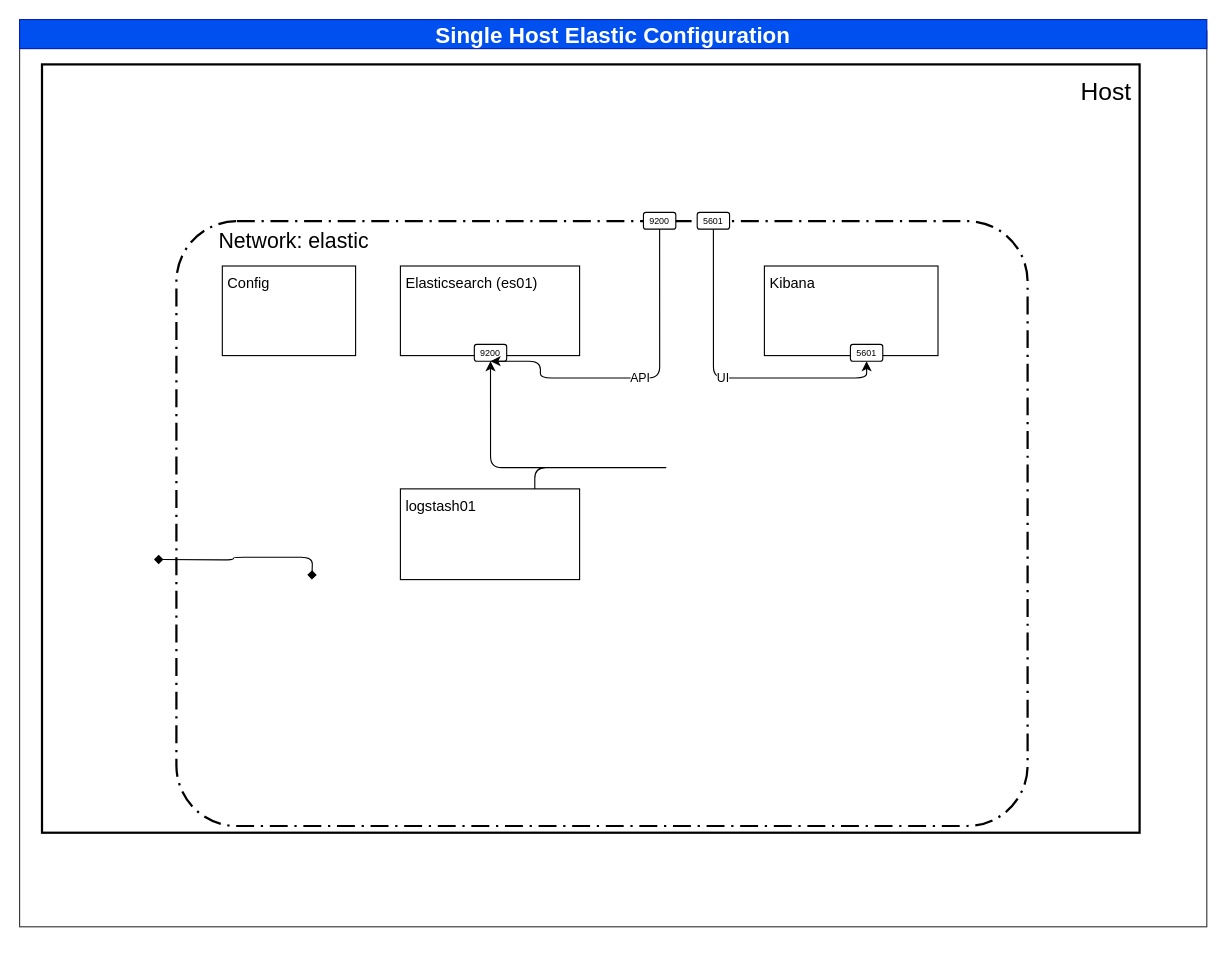
Earlier version of the draw.io diagram page "Kubernetes" (5 of 7) of docs/Spark Deployments.drawio (gxbrooks/spark-observability). Source tidied: cells renumbered, new cells numbered last; positions are measured from the earlier drawing's top-left corner, leaving out a move shared by most shapes. Both pictures are drawn from the tidied source at 112%, with x=0, y=0 at pixel (19, 19).
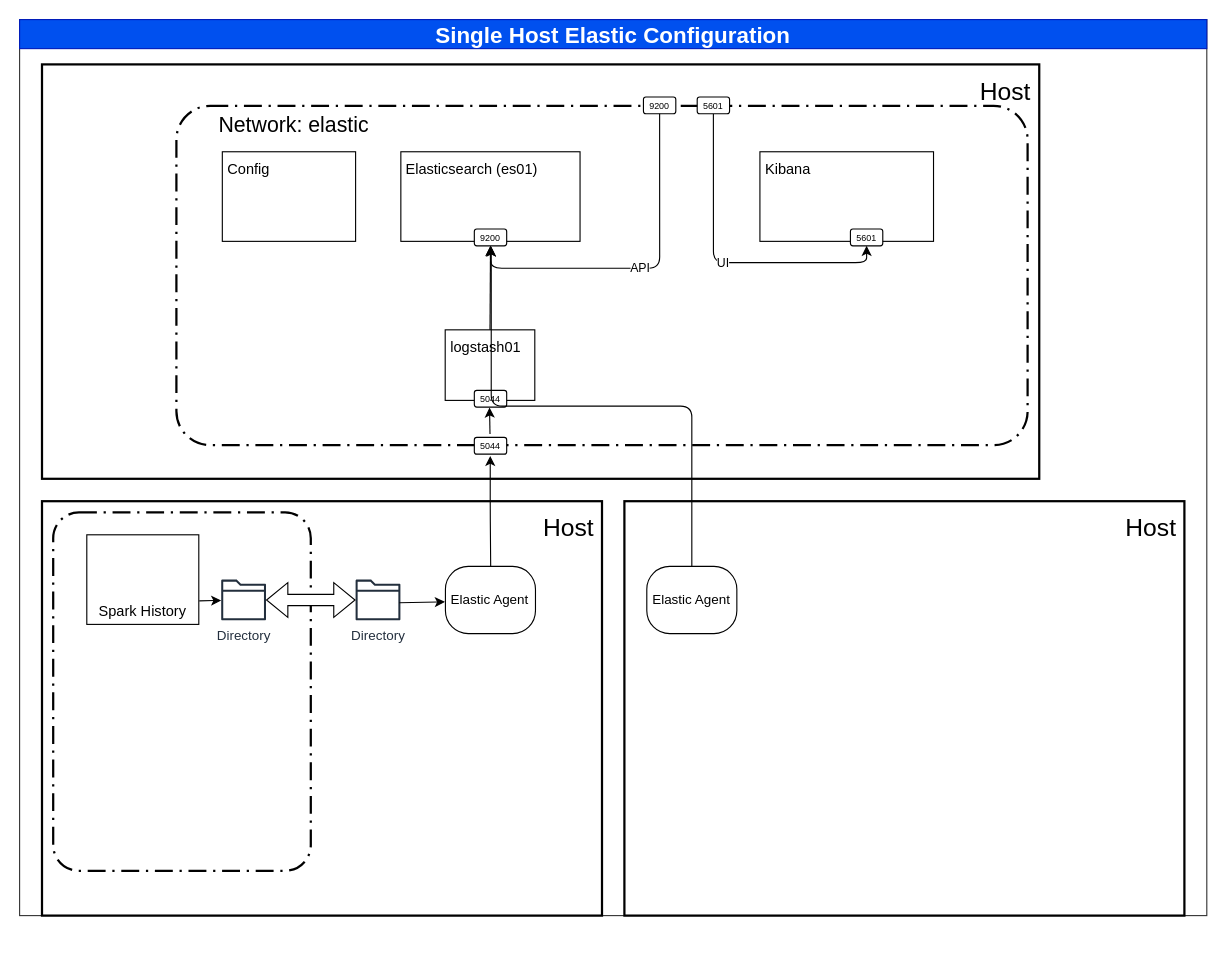
The same diagram, later.

Change to the diagram source:
```diff
@@
     <mxCell id="2" style="rounded=0;whiteSpace=wrap;html=1;fillColor=none;strokeColor=#333333;" parent="1" vertex="1">
-      <mxGeometry y="10" width="1060" height="800" as="geometry" />
+      <mxGeometry width="1060" height="800" as="geometry" />
     </mxCell>
+    <mxCell id="20" value="Host" style="rounded=0;whiteSpace=wrap;html=1;strokeWidth=2;fillColor=none;align=right;verticalAlign=top;spacingTop=5;spacingLeft=5;spacingBottom=5;spacingRight=5;fontSize=22;" parent="1" vertex="1">
+      <mxGeometry x="20" y="430" width="500" height="370" as="geometry" />
+    </mxCell>
     <mxCell id="3" value="Host" style="rounded=0;whiteSpace=wrap;html=1;strokeWidth=2;fillColor=none;align=right;verticalAlign=top;spacingTop=5;spacingLeft=5;spacingBottom=5;spacingRight=5;fontSize=22;" parent="1" vertex="1">
-      <mxGeometry x="20" y="40" width="980" height="686" as="geometry" />
+      <mxGeometry x="20" y="40" width="890.4" height="370" as="geometry" />
     </mxCell>
@@
     <mxCell id="5" value="Network:&amp;nbsp;elastic" style="rounded=1;arcSize=10;dashed=1;strokeColor=#000000;fillColor=none;gradientColor=none;dashPattern=8 3 1 3;strokeWidth=2;whiteSpace=wrap;html=1;align=left;verticalAlign=top;spacingLeft=36;fontSize=19;" parent="1" vertex="1">
-      <mxGeometry x="140" y="180" width="760" height="540" as="geometry" />
+      <mxGeometry x="140" y="77" width="760" height="303" as="geometry" />
     </mxCell>
     <mxCell id="6" value="UI" style="rounded=1;jettySize=auto;html=1;startArrow=none;startFill=0;spacingBottom=0;exitX=0.5;exitY=1;exitDx=0;exitDy=0;entryX=0.5;entryY=1;entryDx=0;entryDy=0;targetPerimeterSpacing=11;edgeStyle=orthogonalEdgeStyle;" parent="1" edge="1" source="11" target="12">
       <mxGeometry x="-0.01" relative="1" as="geometry">
         <Array as="points">
-          <mxPoint x="619" y="320" />
-          <mxPoint x="756" y="320" />
+          <mxPoint x="619" y="217" />
+          <mxPoint x="756" y="217" />
         </Array>
       </mxGeometry>
     </mxCell>
     <mxCell id="7" value="Kibana" style="rounded=0;whiteSpace=wrap;html=1;fillColor=none;strokeColor=default;align=left;verticalAlign=top;spacingLeft=5;spacingRight=5;spacingTop=3;spacingBottom=3;fontFamily=Helvetica;fontSize=13;fontColor=default;spacing=0;" parent="1" vertex="1">
-      <mxGeometry x="665" y="220" width="155" height="80" as="geometry" />
+      <mxGeometry x="661" y="118" width="155" height="80" as="geometry" />
     </mxCell>
     <mxCell id="8" value="Config" style="rounded=0;whiteSpace=wrap;html=1;fillColor=none;align=left;verticalAlign=top;spacingTop=3;spacingLeft=5;spacingBottom=3;spacingRight=5;fontSize=13;spacing=0;" parent="1" vertex="1">
-      <mxGeometry x="181" y="220" width="119" height="80" as="geometry" />
+      <mxGeometry x="181" y="118" width="119" height="80" as="geometry" />
     </mxCell>
     <mxCell id="9" value="logstash01&lt;span style=&quot;white-space: pre;&quot;&gt;&#9;&lt;/span&gt;" style="rounded=0;whiteSpace=wrap;html=1;fillColor=none;align=left;verticalAlign=top;spacingTop=3;spacingLeft=5;spacingBottom=3;spacingRight=5;fontSize=13;spacing=0;" parent="1" vertex="1">
-      <mxGeometry x="340" y="419" width="160" height="81" as="geometry" />
+      <mxGeometry x="380" y="277" width="80" height="63" as="geometry" />
     </mxCell>
     <mxCell id="10" value="Elasticsearch (es01)" style="rounded=0;whiteSpace=wrap;html=1;fillColor=none;align=left;verticalAlign=top;spacingTop=3;spacingLeft=5;spacingBottom=3;spacingRight=5;fontSize=13;spacing=0;" parent="1" vertex="1">
-      <mxGeometry x="340" y="220" width="160" height="80" as="geometry" />
+      <mxGeometry x="340.4" y="118" width="160" height="80" as="geometry" />
     </mxCell>
     <mxCell id="11" value="5601" style="rounded=1;whiteSpace=wrap;html=1;fontSize=8;fillColor=#FFFFFF;labelBackgroundColor=#FFFFFF;" parent="1" vertex="1">
-      <mxGeometry x="605" y="172.1" width="28.9" height="15" as="geometry" />
+      <mxGeometry x="605" y="69.1" width="28.9" height="15" as="geometry" />
     </mxCell>
     <mxCell id="12" value="5601" style="rounded=1;whiteSpace=wrap;html=1;fontSize=8;fillColor=#FFFFFF;labelBackgroundColor=#FFFFFF;" parent="1" vertex="1">
-      <mxGeometry x="741.8" y="290" width="28.9" height="15" as="geometry" />
+      <mxGeometry x="741.8" y="187" width="28.9" height="15" as="geometry" />
     </mxCell>
     <mxCell id="13" value="9200" style="rounded=1;whiteSpace=wrap;html=1;fontSize=8;fillColor=#FFFFFF;labelBackgroundColor=#FFFFFF;" parent="1" vertex="1">
-      <mxGeometry x="557" y="172.1" width="28.9" height="15" as="geometry" />
+      <mxGeometry x="557" y="69.1" width="28.9" height="15" as="geometry" />
     </mxCell>
     <mxCell id="14" value="9200" style="rounded=1;whiteSpace=wrap;html=1;fontSize=8;fillColor=#FFFFFF;labelBackgroundColor=#FFFFFF;" parent="1" vertex="1">
-      <mxGeometry x="406" y="290" width="28.9" height="15" as="geometry" />
+      <mxGeometry x="406" y="187" width="28.9" height="15" as="geometry" />
     </mxCell>
     <mxCell id="15" value="API" style="rounded=1;jettySize=auto;html=1;startArrow=classic;startFill=1;sourcePerimeterSpacing=11;spacingBottom=0;entryX=0.5;entryY=1;entryDx=0;entryDy=0;exitX=0.5;exitY=1;exitDx=0;exitDy=0;edgeStyle=orthogonalEdgeStyle;strokeColor=default;endArrow=none;endFill=0;" parent="1" edge="1" source="14" target="13">
-      <mxGeometry relative="1" as="geometry">
-        <Array as="points">
-          <mxPoint x="465" y="320" />
-          <mxPoint x="571" y="320" />
-        </Array>
-      </mxGeometry>
+      <mxGeometry relative="1" as="geometry" />
     </mxCell>
@@
     <mxCell id="17" style="edgeStyle=orthogonalEdgeStyle;rounded=0;orthogonalLoop=1;jettySize=auto;html=1;exitX=0.5;exitY=1;exitDx=0;exitDy=0;" parent="1" edge="1">
       <mxGeometry relative="1" as="geometry">
-        <mxPoint x="305" y="500" as="sourcePoint" />
-        <mxPoint x="305" y="500" as="targetPoint" />
+        <mxPoint x="305" y="397" as="sourcePoint" />
+        <mxPoint x="305" y="397" as="targetPoint" />
       </mxGeometry>
     </mxCell>
-    <mxCell id="18" style="rounded=1;orthogonalLoop=1;jettySize=auto;html=1;startArrow=diamond;startFill=1;sourcePerimeterSpacing=11;spacingBottom=0;edgeStyle=orthogonalEdgeStyle;endArrow=diamond;endFill=1;entryX=0;entryY=0.5;entryDx=0;entryDy=0;entryPerimeter=0;exitX=1;exitY=0.5;exitDx=0;exitDy=0;exitPerimeter=0;" parent="1" edge="1">
-      <mxGeometry relative="1" as="geometry">
-        <mxPoint x="120" y="482" as="sourcePoint" />
-        <mxPoint x="261" y="500" as="targetPoint" />
-      </mxGeometry>
-    </mxCell>
-    <mxCell id="19" style="rounded=1;jettySize=auto;html=1;startArrow=none;startFill=0;sourcePerimeterSpacing=11;spacingBottom=0;exitX=0.75;exitY=0;exitDx=0;exitDy=0;edgeStyle=orthogonalEdgeStyle;entryX=0.5;entryY=1;entryDx=0;entryDy=0;" parent="1" edge="1" source="9" target="14">
+    <mxCell id="19" style="rounded=1;jettySize=auto;html=1;startArrow=none;startFill=0;sourcePerimeterSpacing=11;spacingBottom=0;edgeStyle=orthogonalEdgeStyle;entryX=0.5;entryY=1;entryDx=0;entryDy=0;" parent="1" edge="1" target="14">
       <mxGeometry relative="1" as="geometry">
-        <Array as="points">
-          <mxPoint x="582" y="400" />
-          <mxPoint x="465" y="400" />
-        </Array>
+        <mxPoint x="420" y="277" as="sourcePoint" />
       </mxGeometry>
     </mxCell>
+    <mxCell id="21" style="rounded=1;arcSize=10;dashed=1;strokeColor=#000000;fillColor=none;gradientColor=none;dashPattern=8 3 1 3;strokeWidth=2;whiteSpace=wrap;html=1;align=left;verticalAlign=top;spacingLeft=36;fontSize=19;" parent="1" vertex="1">
+      <mxGeometry x="30" y="440" width="230" height="320" as="geometry" />
+    </mxCell>
+    <mxCell id="22" value="Spark History" style="rounded=0;whiteSpace=wrap;html=1;fillColor=none;align=center;verticalAlign=bottom;spacingTop=3;spacingLeft=5;spacingBottom=3;spacingRight=5;fontSize=13;spacing=0;labelPosition=center;verticalLabelPosition=middle;" parent="1" vertex="1">
+      <mxGeometry x="60" y="460" width="100" height="80" as="geometry" />
+    </mxCell>
+    <mxCell id="23" value="Host" style="rounded=0;whiteSpace=wrap;html=1;strokeWidth=2;fillColor=none;align=right;verticalAlign=top;spacingTop=5;spacingLeft=5;spacingBottom=5;spacingRight=5;fontSize=22;" parent="1" vertex="1">
+      <mxGeometry x="540" y="430" width="500" height="370" as="geometry" />
+    </mxCell>
+    <mxCell id="24" value="5044" style="rounded=1;whiteSpace=wrap;html=1;fontSize=8;fillColor=#FFFFFF;labelBackgroundColor=#FFFFFF;" parent="1" vertex="1">
+      <mxGeometry x="406" y="373" width="28.9" height="15" as="geometry" />
+    </mxCell>
+    <mxCell id="25" value="Directory" style="sketch=0;outlineConnect=0;fontColor=#232F3E;gradientColor=none;fillColor=#232F3D;strokeColor=none;verticalLabelPosition=bottom;verticalAlign=top;align=center;html=1;fontSize=12;fontStyle=0;shape=mxgraph.aws4.folder;strokeWidth=0.3;points=[[0.5,0.72,0,0,0]];" parent="1" vertex="1">
+      <mxGeometry x="180" y="500" width="40" height="36.4" as="geometry" />
+    </mxCell>
+    <mxCell id="26" value="Directory" style="sketch=0;outlineConnect=0;fontColor=#232F3E;gradientColor=none;fillColor=#232F3D;strokeColor=none;verticalLabelPosition=bottom;verticalAlign=top;align=center;html=1;fontSize=12;fontStyle=0;shape=mxgraph.aws4.folder;strokeWidth=0.3;points=[[0.5,0.72,0,0,0]];" parent="1" vertex="1">
+      <mxGeometry x="300" y="500" width="40" height="36.4" as="geometry" />
+    </mxCell>
+    <mxCell id="27" style="rounded=1;jettySize=auto;html=1;startArrow=classic;startFill=1;sourcePerimeterSpacing=11;spacingBottom=0;entryX=0.503;entryY=0.051;entryDx=0;entryDy=0;exitX=0.492;exitY=1.107;exitDx=0;exitDy=0;edgeStyle=orthogonalEdgeStyle;strokeColor=default;endArrow=none;endFill=0;entryPerimeter=0;exitPerimeter=0;" parent="1" edge="1" source="24" target="33">
+      <mxGeometry relative="1" as="geometry" />
+    </mxCell>
+    <mxCell id="28" value="5044" style="rounded=1;whiteSpace=wrap;html=1;fontSize=8;fillColor=#FFFFFF;labelBackgroundColor=#FFFFFF;" parent="1" vertex="1">
+      <mxGeometry x="406" y="331" width="28.9" height="15" as="geometry" />
+    </mxCell>
+    <mxCell id="29" style="rounded=1;jettySize=auto;html=1;startArrow=classic;startFill=1;sourcePerimeterSpacing=11;spacingBottom=0;exitX=0.47;exitY=1.026;exitDx=0;exitDy=0;edgeStyle=orthogonalEdgeStyle;strokeColor=default;endArrow=none;endFill=0;exitPerimeter=0;" parent="1" edge="1" source="28">
+      <mxGeometry relative="1" as="geometry">
+        <mxPoint x="420" y="370" as="targetPoint" />
+      </mxGeometry>
+    </mxCell>
+    <mxCell id="30" style="rounded=1;jettySize=auto;html=1;startArrow=none;startFill=0;sourcePerimeterSpacing=11;spacingBottom=0;exitX=1.004;exitY=0.737;exitDx=0;exitDy=0;exitPerimeter=0;" parent="1" edge="1" source="22" target="25">
+      <mxGeometry relative="1" as="geometry" />
+    </mxCell>
+    <mxCell id="31" style="shape=flexArrow;endArrow=classic;startArrow=classic;html=1;rounded=0;fillColor=default;" parent="1" edge="1" source="25" target="26">
+      <mxGeometry relative="1" as="geometry" />
+    </mxCell>
+    <mxCell id="32" style="rounded=1;jettySize=auto;html=1;startArrow=none;startFill=0;sourcePerimeterSpacing=11;spacingBottom=0;exitX=0.976;exitY=0.568;exitDx=0;exitDy=0;exitPerimeter=0;entryX=-0.006;entryY=0.528;entryDx=0;entryDy=0;entryPerimeter=0;" parent="1" edge="1" source="26" target="33">
+      <mxGeometry relative="1" as="geometry" />
+    </mxCell>
+    <mxCell id="33" value="Elastic Agent" style="rounded=1;whiteSpace=wrap;html=1;arcSize=34;" parent="1" vertex="1">
+      <mxGeometry x="380.2" y="488.2" width="80.4" height="60" as="geometry" />
+    </mxCell>
+    <mxCell id="34" value="Elastic Agent" style="rounded=1;whiteSpace=wrap;html=1;arcSize=34;" parent="1" vertex="1">
+      <mxGeometry x="560" y="488.2" width="80.4" height="60" as="geometry" />
+    </mxCell>
+    <mxCell id="35" style="rounded=1;jettySize=auto;html=1;startArrow=classic;startFill=1;sourcePerimeterSpacing=11;spacingBottom=0;exitX=0.523;exitY=1.043;exitDx=0;exitDy=0;edgeStyle=orthogonalEdgeStyle;strokeColor=default;endArrow=none;endFill=0;exitPerimeter=0;" parent="1" edge="1" source="14" target="34">
+      <mxGeometry relative="1" as="geometry" />
+    </mxCell>
```
